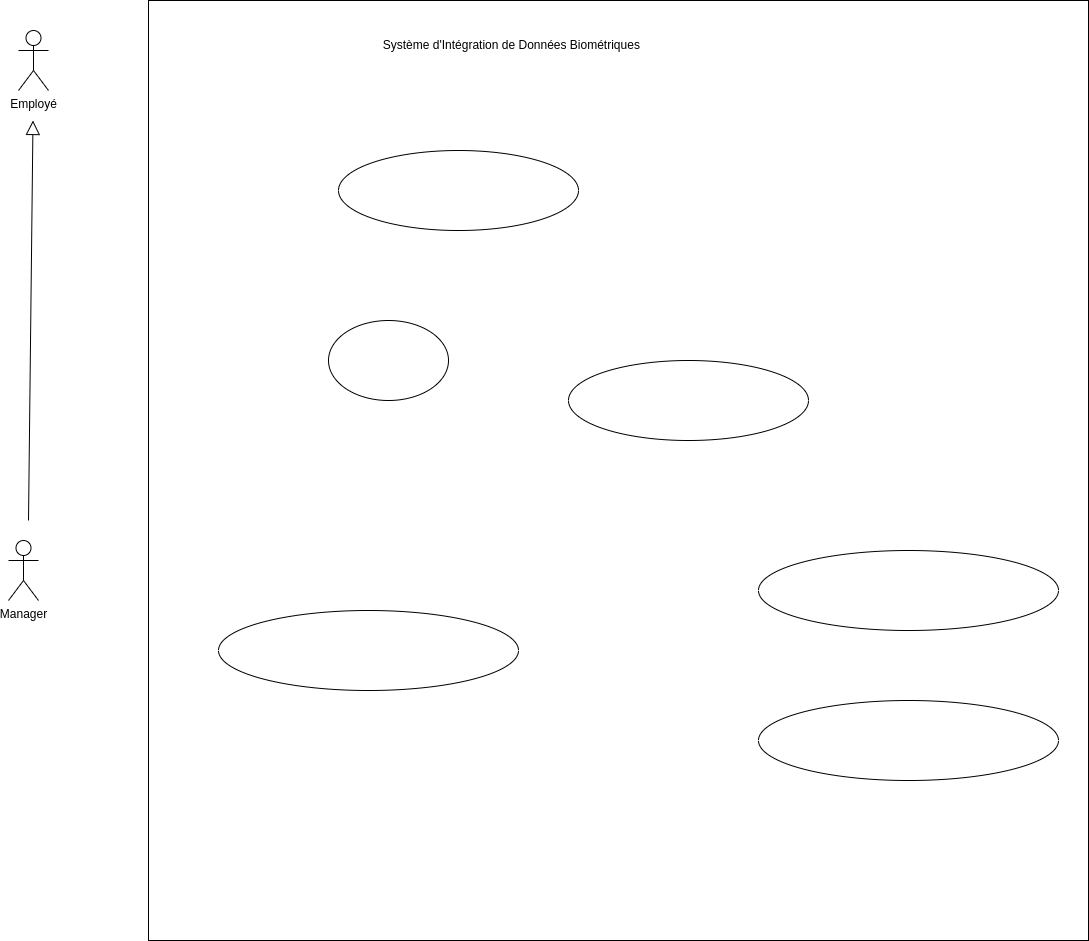
Above: static/Diagramme de cas d'utilisation.drawio.png in Siluearsene/borne_biometrique (draw.io), before the change. Source tidied: cells renumbered, new cells last; positions are measured from the earlier drawing's top-left corner, leaving out a move shared by most shapes.
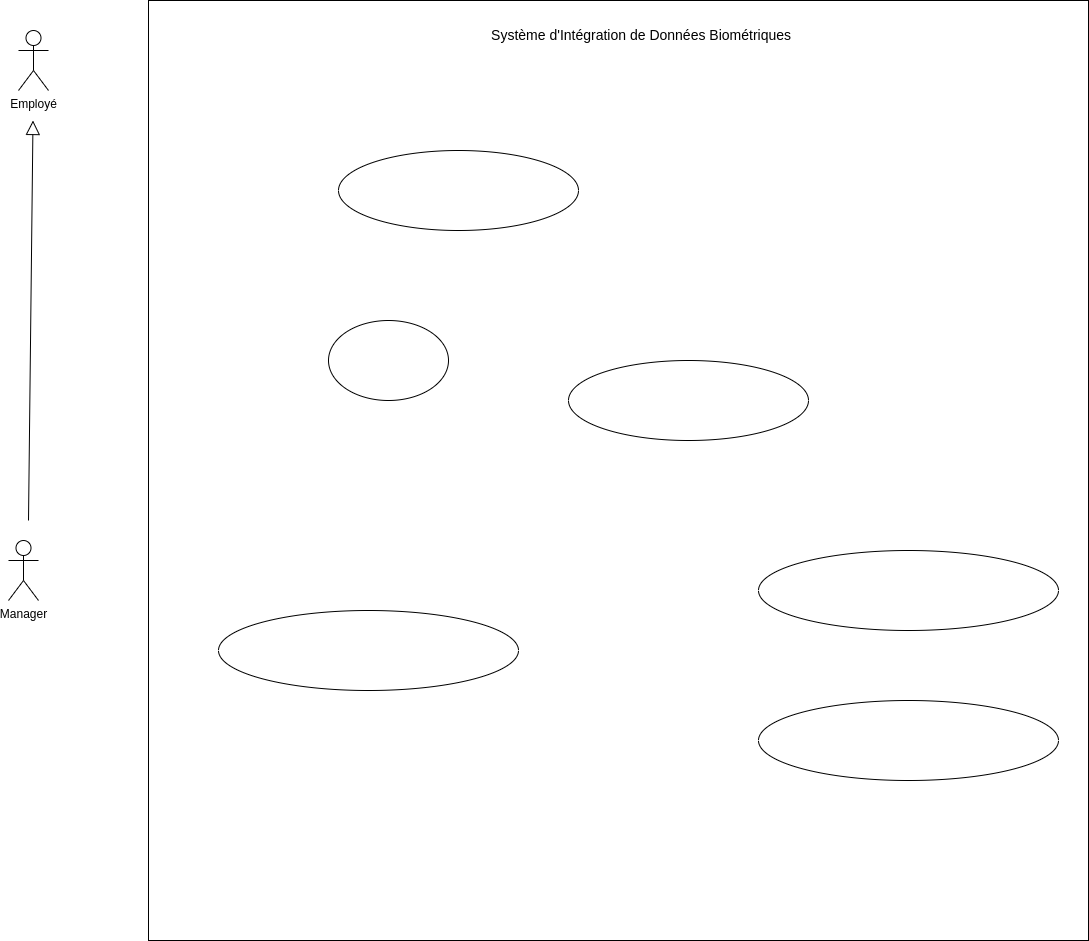
Above is the later version.

Commit message:
Mettre à jour Diagramme de cas d'utilisation.drawio.png

What changed in the source:
```diff
@@ -17,8 +17,8 @@
     <mxCell id="5" style="whiteSpace=wrap;html=1;" parent="1" vertex="1">
       <mxGeometry x="140" width="940" height="940" as="geometry" />
     </mxCell>
-    <mxCell id="6" value="Système d'Intégration de Données Biométriques&amp;nbsp;" style="text;html=1;strokeColor=none;fillColor=none;align=center;verticalAlign=middle;whiteSpace=wrap;rounded=0;" parent="1" vertex="1">
-      <mxGeometry x="270" y="30" width="470" height="30" as="geometry" />
+    <mxCell id="6" value="&lt;font style=&quot;font-size: 14px;&quot;&gt;Système d'Intégration de Données Biométriques&amp;nbsp;&lt;/font&gt;" style="text;html=1;strokeColor=none;fillColor=none;align=center;verticalAlign=middle;whiteSpace=wrap;rounded=0;" parent="1" vertex="1">
+      <mxGeometry x="400" y="20" width="470" height="30" as="geometry" />
     </mxCell>
     <mxCell id="7" style="ellipse;whiteSpace=wrap;html=1;" parent="1" vertex="1">
       <mxGeometry x="330" y="150" width="240" height="80" as="geometry" />
```
